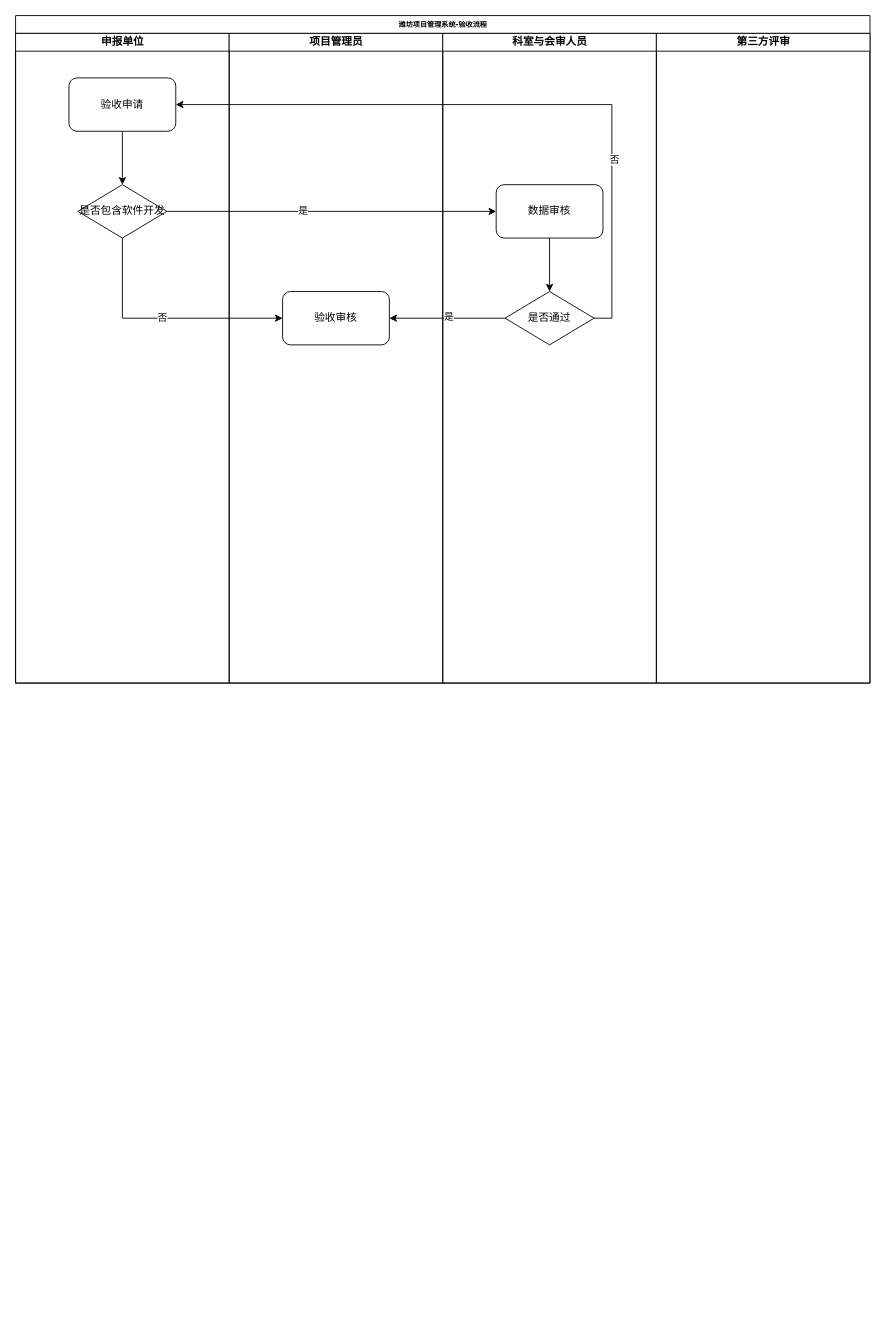
This is 潍坊项目管理系统-验收流程.drawio from 98roc/draw, a draw.io file, before an edit. Source tidied: cells renumbered, new cells numbered last; positions are measured from the earlier drawing's top-left corner, leaving out a move shared by most shapes. Both pictures are drawn from the tidied source at 89%, with x=0, y=0 at pixel (15, 15).
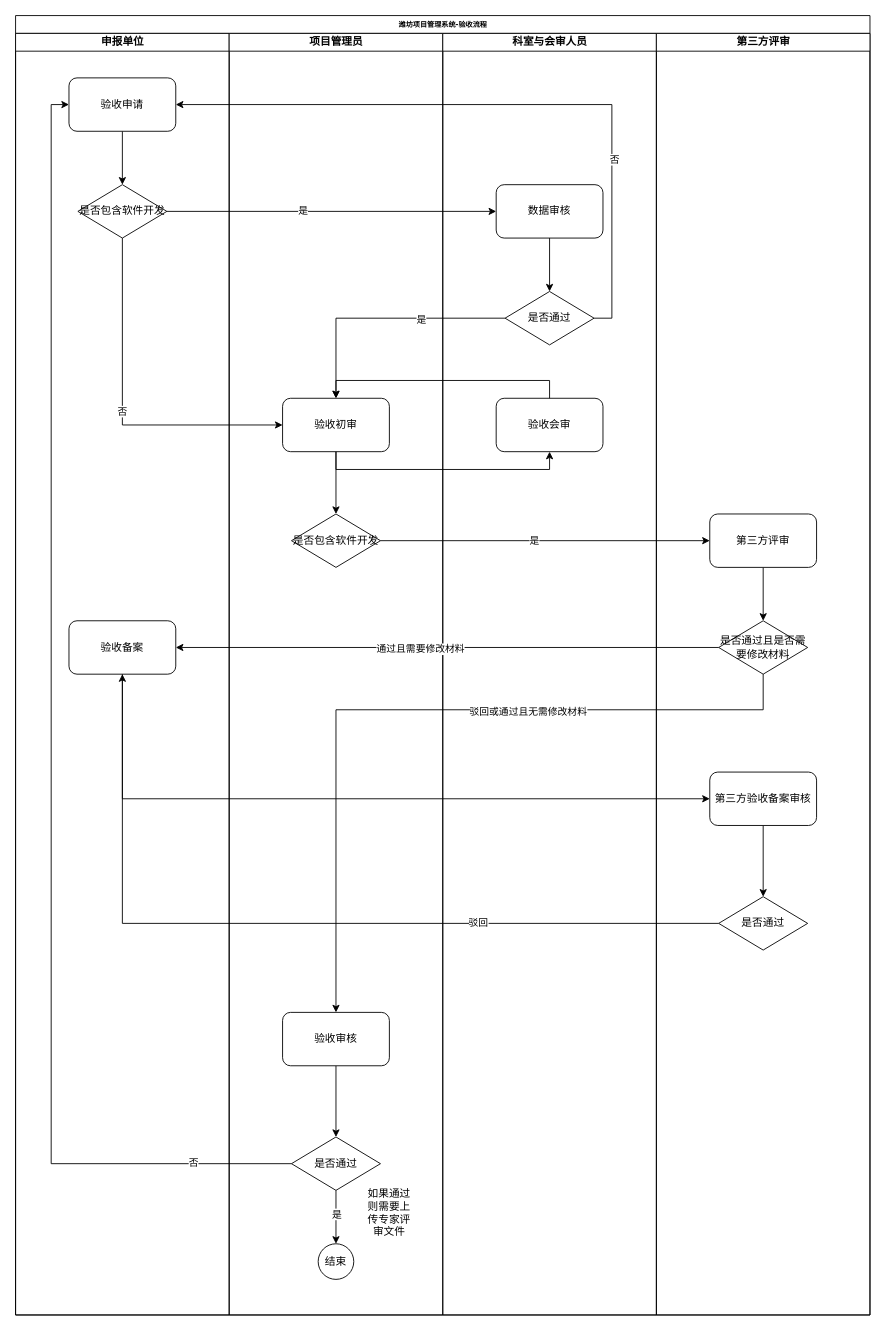
Above is the later version.

Commit message (it also covers changes not shown here):
更新潍坊项目管理系统-验收流程.drawio

The change refers to these unchanged cells:
```xml
<mxCell id="5" value="验收申请" style="rounded=1;whiteSpace=wrap;html=1;" parent="3" vertex="1">
  <mxGeometry x="60" y="50" width="120" height="60" as="geometry" />
</mxCell>
<mxCell id="12" value="是否通过" style="rhombus;whiteSpace=wrap;html=1;" parent="9" vertex="1">
  <mxGeometry x="70" y="290" width="100" height="60" as="geometry" />
</mxCell>
```

What changed in the source:
```diff
@@
     <mxCell id="2" value="潍坊项目管理系统-验收流程" style="swimlane;html=1;startSize=20;rounded=0;shadow=0;labelBackgroundColor=none;strokeWidth=1;fontFamily=Verdana;fontSize=8;align=center;" parent="1" vertex="1">
-      <mxGeometry width="960" height="750" as="geometry" />
+      <mxGeometry width="960" height="1460" as="geometry" />
     </mxCell>
     <mxCell id="3" value="申报单位" style="swimlane;html=1;startSize=20;" parent="2" vertex="1">
-      <mxGeometry y="20" width="240" height="730" as="geometry" />
+      <mxGeometry y="20" width="240" height="1440" as="geometry" />
     </mxCell>
@@
+    <mxCell id="21" value="验收备案" style="rounded=1;whiteSpace=wrap;html=1;" parent="3" vertex="1">
+      <mxGeometry x="60" y="660" width="120" height="60" as="geometry" />
+    </mxCell>
     <mxCell id="7" value="项目管理员" style="swimlane;html=1;startSize=20;" parent="2" vertex="1">
-      <mxGeometry x="240" y="20" width="240" height="730" as="geometry" />
+      <mxGeometry x="240" y="20" width="240" height="1440" as="geometry" />
     </mxCell>
+    <mxCell id="22" style="edgeStyle=orthogonalEdgeStyle;rounded=0;jettySize=auto;html=1;exitX=0.5;exitY=1;exitDx=0;exitDy=0;entryX=0.5;entryY=0;entryDx=0;entryDy=0;" parent="7" edge="1" source="8" target="23">
+      <mxGeometry relative="1" as="geometry" />
+    </mxCell>
-    <mxCell id="8" value="验收审核" style="rounded=1;whiteSpace=wrap;html=1;" parent="7" vertex="1">
-      <mxGeometry x="60" y="290" width="120" height="60" as="geometry" />
+    <mxCell id="8" value="验收初审" style="rounded=1;whiteSpace=wrap;html=1;" parent="7" vertex="1">
+      <mxGeometry x="60" y="410" width="120" height="60" as="geometry" />
     </mxCell>
+    <mxCell id="23" value="是否包含软件开发" style="rhombus;whiteSpace=wrap;html=1;" parent="7" vertex="1">
+      <mxGeometry x="70" y="540" width="100" height="60" as="geometry" />
+    </mxCell>
+    <mxCell id="24" style="edgeStyle=orthogonalEdgeStyle;rounded=0;jettySize=auto;html=1;exitX=0.5;exitY=1;exitDx=0;exitDy=0;entryX=0.5;entryY=0;entryDx=0;entryDy=0;" parent="7" edge="1" source="25" target="28">
+      <mxGeometry relative="1" as="geometry" />
+    </mxCell>
+    <mxCell id="25" value="验收审核" style="rounded=1;whiteSpace=wrap;html=1;" parent="7" vertex="1">
+      <mxGeometry x="60" y="1100" width="120" height="60" as="geometry" />
+    </mxCell>
+    <mxCell id="26" style="edgeStyle=orthogonalEdgeStyle;rounded=0;jettySize=auto;html=1;exitX=0.5;exitY=1;exitDx=0;exitDy=0;entryX=0.5;entryY=0;entryDx=0;entryDy=0;" parent="7" edge="1" source="28" target="30">
+      <mxGeometry relative="1" as="geometry" />
+    </mxCell>
+    <mxCell id="27" value="是" style="edgeLabel;html=1;align=center;verticalAlign=middle;" parent="26" vertex="1">
+      <mxGeometry x="-0.13" relative="1" as="geometry" />
+    </mxCell>
+    <mxCell id="28" value="是否通过" style="rhombus;whiteSpace=wrap;html=1;" parent="7" vertex="1">
+      <mxGeometry x="70" y="1240" width="100" height="60" as="geometry" />
+    </mxCell>
+    <mxCell id="29" value="如果通过则需要上传专家评审文件" style="text;html=1;strokeColor=none;fillColor=none;align=center;verticalAlign=middle;whiteSpace=wrap;rounded=0;" parent="7" vertex="1">
+      <mxGeometry x="150" y="1310" width="60" height="30" as="geometry" />
+    </mxCell>
+    <mxCell id="30" value="结束" style="ellipse;whiteSpace=wrap;html=1;" parent="7" vertex="1">
+      <mxGeometry x="100" y="1360" width="40" height="40" as="geometry" />
+    </mxCell>
     <mxCell id="9" value="科室与会审人员" style="swimlane;html=1;startSize=20;" parent="2" vertex="1">
-      <mxGeometry x="480" y="20" width="240" height="730" as="geometry" />
+      <mxGeometry x="480" y="20" width="240" height="1440" as="geometry" />
     </mxCell>
@@
-    <mxCell id="13" value="第三方评审" style="swimlane;html=1;startSize=20;" parent="2" vertex="1">
-      <mxGeometry x="720" y="20" width="240" height="730" as="geometry" />
-    </mxCell>
+    <mxCell id="31" value="验收会审" style="rounded=1;whiteSpace=wrap;html=1;" parent="9" vertex="1">
+      <mxGeometry x="60" y="410" width="120" height="60" as="geometry" />
+    </mxCell>
@@
-    <mxCell id="16" style="edgeStyle=orthogonalEdgeStyle;rounded=0;jettySize=auto;html=1;exitX=0;exitY=0.5;exitDx=0;exitDy=0;entryX=1;entryY=0.5;entryDx=0;entryDy=0;" parent="2" edge="1" source="12" target="8">
-      <mxGeometry relative="1" as="geometry" />
-    </mxCell>
-    <mxCell id="17" value="是" style="edgeLabel;html=1;align=center;verticalAlign=middle;" parent="16" vertex="1">
-      <mxGeometry x="-0.01" y="-2" relative="1" as="geometry" />
-    </mxCell>
@@
+    <mxCell id="16" style="edgeStyle=orthogonalEdgeStyle;rounded=0;jettySize=auto;html=1;" parent="2" edge="1" source="12" target="8">
+      <mxGeometry relative="1" as="geometry">
+        <Array as="points">
+          <mxPoint x="360" y="340" />
+        </Array>
+      </mxGeometry>
+    </mxCell>
+    <mxCell id="32" value="是" style="edgeLabel;html=1;align=center;verticalAlign=middle;" parent="16" vertex="1">
+      <mxGeometry x="-0.32" y="1" relative="1" as="geometry" />
+    </mxCell>
+    <mxCell id="33" style="edgeStyle=orthogonalEdgeStyle;rounded=0;jettySize=auto;html=1;exitX=0.5;exitY=0;exitDx=0;exitDy=0;entryX=0.5;entryY=0;entryDx=0;entryDy=0;" parent="2" edge="1" source="31" target="8">
+      <mxGeometry relative="1" as="geometry" />
+    </mxCell>
+    <mxCell id="34" style="edgeStyle=orthogonalEdgeStyle;rounded=0;jettySize=auto;html=1;exitX=0.5;exitY=1;exitDx=0;exitDy=0;entryX=0.5;entryY=1;entryDx=0;entryDy=0;" parent="2" edge="1" source="8" target="31">
+      <mxGeometry relative="1" as="geometry" />
+    </mxCell>
+    <mxCell id="35" style="edgeStyle=orthogonalEdgeStyle;rounded=0;jettySize=auto;html=1;exitX=1;exitY=0.5;exitDx=0;exitDy=0;" parent="2" edge="1" source="23" target="38">
+      <mxGeometry relative="1" as="geometry" />
+    </mxCell>
+    <mxCell id="36" value="是" style="edgeLabel;html=1;align=center;verticalAlign=middle;" parent="35" vertex="1">
+      <mxGeometry x="-0.07" y="1" relative="1" as="geometry" />
+    </mxCell>
+    <mxCell id="13" value="第三方评审" style="swimlane;html=1;startSize=20;" parent="2" vertex="1">
+      <mxGeometry x="720" y="20" width="240" height="1440" as="geometry" />
+    </mxCell>
+    <mxCell id="37" style="edgeStyle=orthogonalEdgeStyle;rounded=0;jettySize=auto;html=1;exitX=0.5;exitY=1;exitDx=0;exitDy=0;entryX=0.5;entryY=0;entryDx=0;entryDy=0;" parent="13" edge="1" source="38" target="39">
+      <mxGeometry relative="1" as="geometry" />
+    </mxCell>
+    <mxCell id="38" value="第三方评审" style="rounded=1;whiteSpace=wrap;html=1;" parent="13" vertex="1">
+      <mxGeometry x="60" y="540" width="120" height="60" as="geometry" />
+    </mxCell>
+    <mxCell id="39" value="是否通过且是否需要修改材料" style="rhombus;whiteSpace=wrap;html=1;" parent="13" vertex="1">
+      <mxGeometry x="70" y="660" width="100" height="60" as="geometry" />
+    </mxCell>
+    <mxCell id="40" style="edgeStyle=orthogonalEdgeStyle;rounded=0;jettySize=auto;html=1;exitX=0.5;exitY=1;exitDx=0;exitDy=0;" parent="13" edge="1" source="41" target="42">
+      <mxGeometry relative="1" as="geometry" />
+    </mxCell>
+    <mxCell id="41" value="第三方验收备案审核" style="rounded=1;whiteSpace=wrap;html=1;" parent="13" vertex="1">
+      <mxGeometry x="60" y="830" width="120" height="60" as="geometry" />
+    </mxCell>
+    <mxCell id="42" value="是否通过" style="rhombus;whiteSpace=wrap;html=1;" parent="13" vertex="1">
+      <mxGeometry x="70" y="970" width="100" height="60" as="geometry" />
+    </mxCell>
+    <mxCell id="43" style="edgeStyle=orthogonalEdgeStyle;rounded=0;jettySize=auto;html=1;exitX=0;exitY=0.5;exitDx=0;exitDy=0;" parent="2" edge="1" source="39" target="21">
+      <mxGeometry relative="1" as="geometry" />
+    </mxCell>
+    <mxCell id="44" value="通过且需要修改材料" style="edgeLabel;html=1;align=center;verticalAlign=middle;" parent="43" vertex="1">
+      <mxGeometry x="0.1" y="1" relative="1" as="geometry" />
+    </mxCell>
+    <mxCell id="45" style="edgeStyle=orthogonalEdgeStyle;rounded=0;jettySize=auto;html=1;exitX=0.5;exitY=1;exitDx=0;exitDy=0;entryX=0;entryY=0.5;entryDx=0;entryDy=0;" parent="2" edge="1" source="21" target="41">
+      <mxGeometry relative="1" as="geometry" />
+    </mxCell>
+    <mxCell id="46" style="edgeStyle=orthogonalEdgeStyle;rounded=0;jettySize=auto;html=1;exitX=0;exitY=0.5;exitDx=0;exitDy=0;" parent="2" edge="1" source="42" target="21">
+      <mxGeometry relative="1" as="geometry" />
+    </mxCell>
+    <mxCell id="47" value="驳回" style="edgeLabel;html=1;align=center;verticalAlign=middle;" parent="46" vertex="1">
+      <mxGeometry x="-0.43" y="-1" relative="1" as="geometry" />
+    </mxCell>
+    <mxCell id="48" style="edgeStyle=orthogonalEdgeStyle;rounded=0;jettySize=auto;html=1;exitX=0.5;exitY=1;exitDx=0;exitDy=0;entryX=0.5;entryY=0;entryDx=0;entryDy=0;" parent="2" edge="1" source="39" target="25">
+      <mxGeometry relative="1" as="geometry">
+        <Array as="points">
+          <mxPoint x="840" y="780" />
+          <mxPoint x="360" y="780" />
+        </Array>
+      </mxGeometry>
+    </mxCell>
+    <mxCell id="49" value="驳回或通过且无需修改材料" style="edgeLabel;html=1;align=center;verticalAlign=middle;" parent="48" vertex="1">
+      <mxGeometry x="-0.29" y="1" relative="1" as="geometry" />
+    </mxCell>
+    <mxCell id="50" style="edgeStyle=orthogonalEdgeStyle;rounded=0;jettySize=auto;html=1;exitX=0;exitY=0.5;exitDx=0;exitDy=0;entryX=0;entryY=0.5;entryDx=0;entryDy=0;" parent="2" edge="1" source="28" target="5">
+      <mxGeometry relative="1" as="geometry" />
+    </mxCell>
+    <mxCell id="51" value="否" style="edgeLabel;html=1;align=center;verticalAlign=middle;" parent="50" vertex="1">
+      <mxGeometry x="-0.85" y="-2" relative="1" as="geometry" />
+    </mxCell>
```
